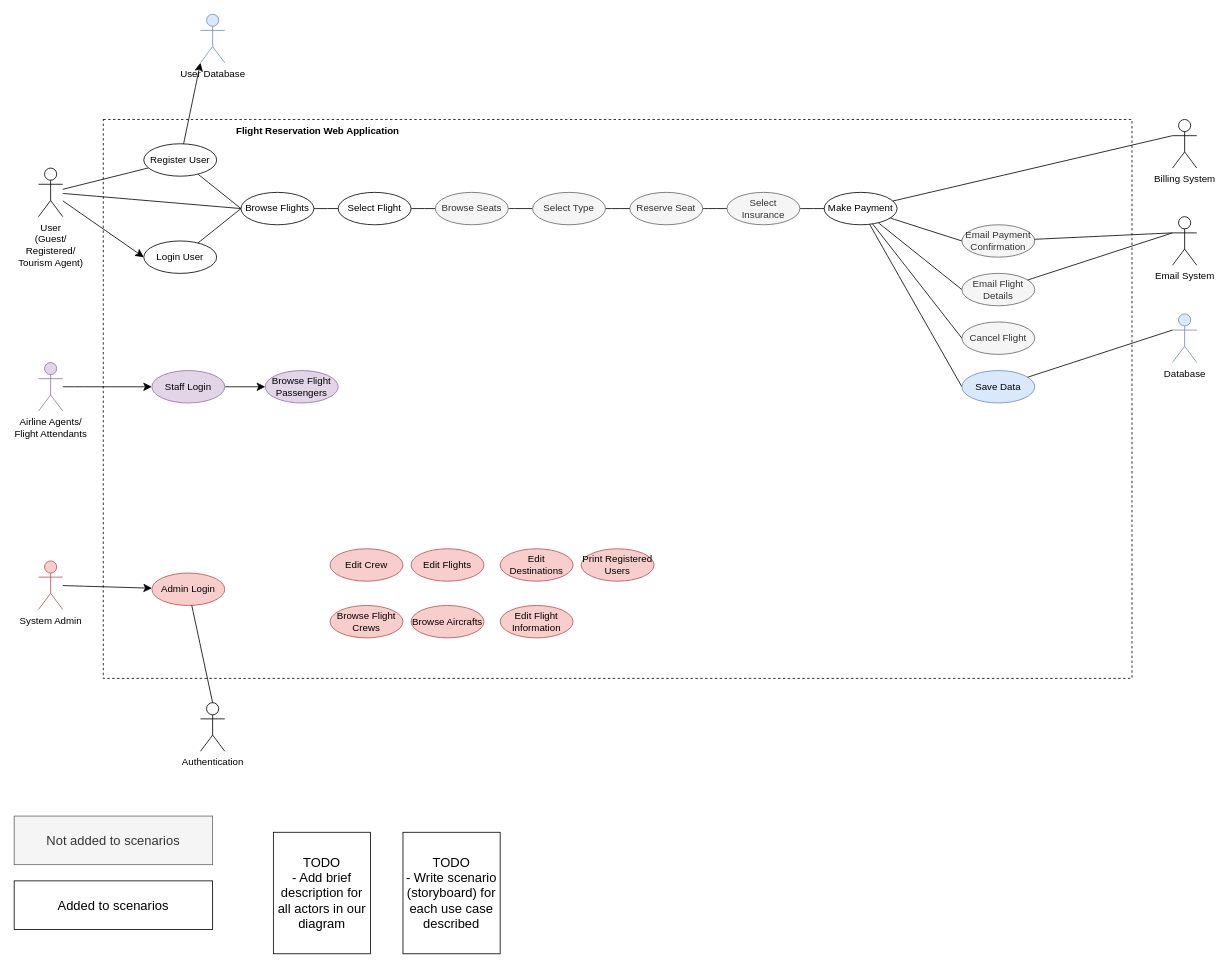
This is documentation/614-use-case.drawio from coreyyangsmith/ensf614-project, a draw.io file, before an edit. Source tidied: cells renumbered, new cells numbered last; positions are measured from the earlier drawing's top-left corner, leaving out a move shared by most shapes. Both pictures are drawn from the tidied source at 81%, with x=0, y=0 at pixel (14, 14).
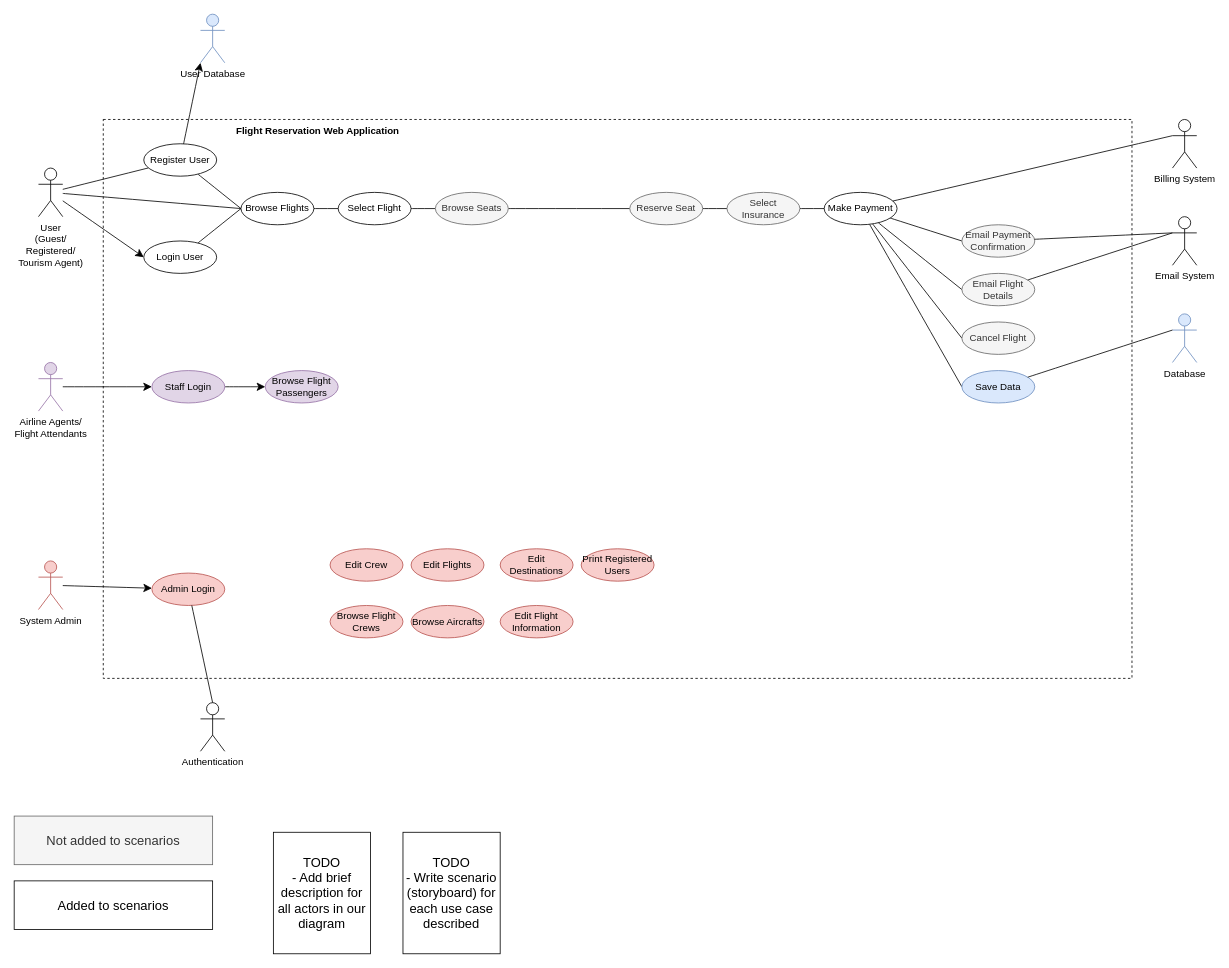
After the change.

Commit message (it also covers changes not shown here):
meeting 1 - worked on use case diagram and scenarios, started defining schemas

Unchanged cells that the change refers to:
```xml
<mxCell id="34" value="Browse Seats" style="ellipse;whiteSpace=wrap;html=1;fillColor=#f5f5f5;fontColor=#333333;strokeColor=#666666;" parent="1" vertex="1">
  <mxGeometry x="520" y="220" width="90" height="40" as="geometry" />
</mxCell>
<mxCell id="38" value="Reserve Seat" style="ellipse;whiteSpace=wrap;html=1;fillColor=#f5f5f5;fontColor=#333333;strokeColor=#666666;" parent="1" vertex="1">
  <mxGeometry x="760" y="220" width="90" height="40" as="geometry" />
</mxCell>
```

What changed in the source:
```diff
@@
-    <mxCell id="33" style="edgeStyle=none;curved=1;rounded=0;jettySize=auto;html=1;fontSize=12;startSize=8;endSize=8;endArrow=none;endFill=0;" parent="1" edge="1" source="34" target="41">
+    <mxCell id="33" style="edgeStyle=none;curved=1;rounded=0;jettySize=auto;html=1;fontSize=12;startSize=8;endSize=8;endArrow=none;endFill=0;entryX=0;entryY=0.5;entryDx=0;entryDy=0;" parent="1" edge="1" source="34" target="38">
       <mxGeometry relative="1" as="geometry" />
     </mxCell>
@@
-    <mxCell id="40" style="edgeStyle=none;curved=1;rounded=0;jettySize=auto;html=1;fontSize=12;startSize=8;endSize=8;endArrow=none;endFill=0;" parent="1" edge="1" source="41" target="38">
-      <mxGeometry relative="1" as="geometry" />
-    </mxCell>
-    <mxCell id="41" value="Select Type" style="ellipse;whiteSpace=wrap;html=1;fillColor=#f5f5f5;fontColor=#333333;strokeColor=#666666;" parent="1" vertex="1">
-      <mxGeometry x="640" y="220" width="90" height="40" as="geometry" />
-    </mxCell>
```
